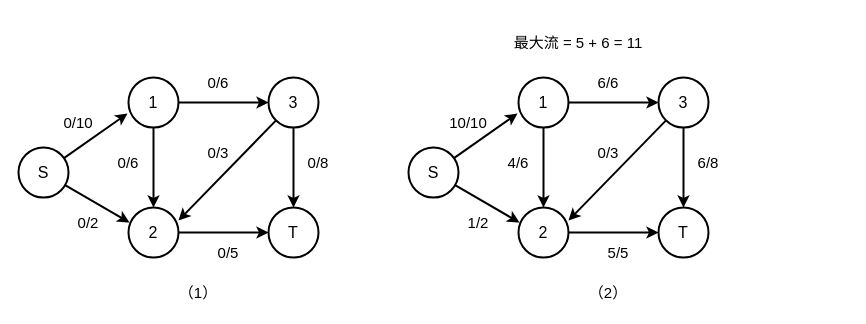
This is 未命名绘图.drawio from 1211198003/t, a draw.io file, before an edit. Source tidied: cells renumbered, new cells numbered last; positions are measured from the earlier drawing's top-left corner, leaving out a move shared by most shapes. Both pictures are drawn from the tidied source at 100%, with x=0, y=0 at pixel (18, 27).
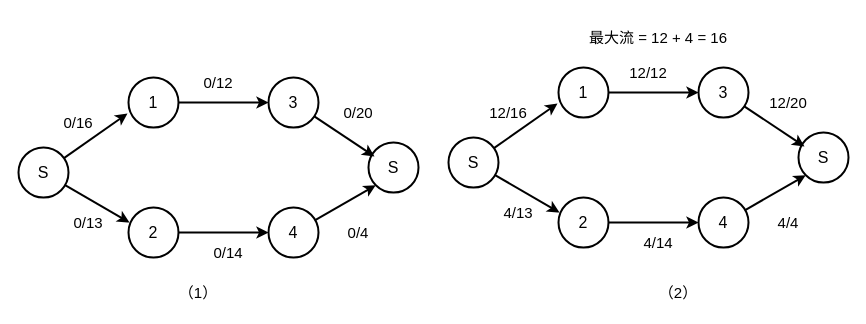
Above is the later version.

Commit message:
最大流示列2.drawio

Unchanged cells that the change refers to:
```xml
<mxCell id="4" value="1" style="ellipse;whiteSpace=wrap;html=1;strokeWidth=2;fontSize=16;" parent="1" vertex="1">
  <mxGeometry x="110" y="50" width="50" height="50" as="geometry" />
</mxCell>
<mxCell id="7" value="2" style="ellipse;whiteSpace=wrap;html=1;strokeWidth=2;fontSize=16;" parent="1" vertex="1">
  <mxGeometry x="110" y="180" width="50" height="50" as="geometry" />
</mxCell>
<mxCell id="9" value="3" style="ellipse;whiteSpace=wrap;html=1;strokeWidth=2;fontSize=16;" parent="1" vertex="1">
  <mxGeometry x="250" y="50" width="50" height="50" as="geometry" />
</mxCell>
```

The edit, as a diff of the source:
```diff
@@
-    <mxCell id="3" style="edgeStyle=orthogonalEdgeStyle;rounded=0;jettySize=auto;html=1;strokeWidth=2;" parent="1" edge="1" source="4" target="7">
-      <mxGeometry relative="1" as="geometry" />
-    </mxCell>
@@
-    <mxCell id="8" style="edgeStyle=orthogonalEdgeStyle;rounded=0;jettySize=auto;html=1;strokeWidth=2;" parent="1" edge="1" source="9" target="10">
-      <mxGeometry relative="1" as="geometry" />
-    </mxCell>
@@
+    <mxCell id="43" style="rounded=0;jettySize=auto;html=1;entryX=0;entryY=1;entryDx=0;entryDy=0;strokeWidth=2;" parent="1" edge="1" source="10" target="44">
+      <mxGeometry relative="1" as="geometry" />
+    </mxCell>
-    <mxCell id="10" value="T" style="ellipse;whiteSpace=wrap;html=1;strokeWidth=2;fontSize=16;" parent="1" vertex="1">
+    <mxCell id="10" value="4" style="ellipse;whiteSpace=wrap;html=1;strokeWidth=2;fontSize=16;" parent="1" vertex="1">
       <mxGeometry x="250" y="180" width="50" height="50" as="geometry" />
     </mxCell>
-    <mxCell id="11" style="rounded=0;jettySize=auto;html=1;entryX=1;entryY=0.26;entryDx=0;entryDy=0;entryPerimeter=0;strokeWidth=2;" parent="1" edge="1" source="9" target="7">
-      <mxGeometry relative="1" as="geometry" />
-    </mxCell>
@@
-    <mxCell id="14" value="0/10" style="text;strokeColor=none;align=center;fillColor=none;html=1;verticalAlign=middle;whiteSpace=wrap;rounded=0;spacing=4;fontSize=15;" parent="1" vertex="1">
+    <mxCell id="14" value="0/16" style="text;strokeColor=none;align=center;fillColor=none;html=1;verticalAlign=middle;whiteSpace=wrap;rounded=0;spacing=4;fontSize=15;" parent="1" vertex="1">
       <mxGeometry x="30" y="80" width="60" height="30" as="geometry" />
     </mxCell>
-    <mxCell id="15" value="0/6" style="text;strokeColor=none;align=center;fillColor=none;html=1;verticalAlign=middle;whiteSpace=wrap;rounded=0;spacing=4;fontSize=15;" parent="1" vertex="1">
-      <mxGeometry x="80" y="120" width="60" height="30" as="geometry" />
-    </mxCell>
-    <mxCell id="16" value="0/3" style="text;strokeColor=none;align=center;fillColor=none;html=1;verticalAlign=middle;whiteSpace=wrap;rounded=0;spacing=4;fontSize=15;" parent="1" vertex="1">
-      <mxGeometry x="170" y="110" width="60" height="30" as="geometry" />
-    </mxCell>
-    <mxCell id="17" value="0/6" style="text;strokeColor=none;align=center;fillColor=none;html=1;verticalAlign=middle;whiteSpace=wrap;rounded=0;spacing=4;fontSize=15;" parent="1" vertex="1">
+    <mxCell id="17" value="0/12" style="text;strokeColor=none;align=center;fillColor=none;html=1;verticalAlign=middle;whiteSpace=wrap;rounded=0;spacing=4;fontSize=15;" parent="1" vertex="1">
       <mxGeometry x="170" y="40" width="60" height="30" as="geometry" />
     </mxCell>
-    <mxCell id="18" value="0/2" style="text;strokeColor=none;align=center;fillColor=none;html=1;verticalAlign=middle;whiteSpace=wrap;rounded=0;spacing=4;fontSize=15;" parent="1" vertex="1">
+    <mxCell id="18" value="0/13" style="text;strokeColor=none;align=center;fillColor=none;html=1;verticalAlign=middle;whiteSpace=wrap;rounded=0;spacing=4;fontSize=15;" parent="1" vertex="1">
       <mxGeometry x="40" y="180" width="60" height="30" as="geometry" />
     </mxCell>
-    <mxCell id="19" value="0/5" style="text;strokeColor=none;align=center;fillColor=none;html=1;verticalAlign=middle;whiteSpace=wrap;rounded=0;spacing=4;fontSize=15;" parent="1" vertex="1">
+    <mxCell id="19" value="0/14" style="text;strokeColor=none;align=center;fillColor=none;html=1;verticalAlign=middle;whiteSpace=wrap;rounded=0;spacing=4;fontSize=15;" parent="1" vertex="1">
       <mxGeometry x="180" y="210" width="60" height="30" as="geometry" />
     </mxCell>
-    <mxCell id="20" value="0/8" style="text;strokeColor=none;align=center;fillColor=none;html=1;verticalAlign=middle;whiteSpace=wrap;rounded=0;spacing=4;fontSize=15;" parent="1" vertex="1">
-      <mxGeometry x="270" y="120" width="60" height="30" as="geometry" />
-    </mxCell>
@@
+    <mxCell id="41" value="&lt;font style=&quot;font-size: 15px;&quot;&gt;（2）&lt;/font&gt;" style="text;strokeColor=none;align=center;fillColor=none;html=1;verticalAlign=middle;whiteSpace=wrap;rounded=0;" parent="1" vertex="1">
+      <mxGeometry x="630" y="250" width="60" height="30" as="geometry" />
+    </mxCell>
+    <mxCell id="44" value="S" style="ellipse;whiteSpace=wrap;html=1;strokeWidth=2;fontSize=16;" parent="1" vertex="1">
+      <mxGeometry x="350" y="115" width="50" height="50" as="geometry" />
+    </mxCell>
+    <mxCell id="45" style="rounded=0;jettySize=auto;html=1;entryX=0.12;entryY=0.28;entryDx=0;entryDy=0;entryPerimeter=0;strokeWidth=2;" parent="1" edge="1" source="9" target="44">
+      <mxGeometry relative="1" as="geometry" />
+    </mxCell>
+    <mxCell id="46" value="0/20" style="text;strokeColor=none;align=center;fillColor=none;html=1;verticalAlign=middle;whiteSpace=wrap;rounded=0;spacing=4;fontSize=15;" parent="1" vertex="1">
+      <mxGeometry x="310" y="70" width="60" height="30" as="geometry" />
+    </mxCell>
+    <mxCell id="47" value="0/4" style="text;strokeColor=none;align=center;fillColor=none;html=1;verticalAlign=middle;whiteSpace=wrap;rounded=0;spacing=4;fontSize=15;" parent="1" vertex="1">
+      <mxGeometry x="310" y="190" width="60" height="30" as="geometry" />
+    </mxCell>
@@
-    <mxCell id="23" style="edgeStyle=orthogonalEdgeStyle;rounded=0;jettySize=auto;html=1;strokeWidth=2;" parent="1" edge="1" source="24" target="27">
-      <mxGeometry relative="1" as="geometry" />
-    </mxCell>
     <mxCell id="24" value="1" style="ellipse;whiteSpace=wrap;html=1;strokeWidth=2;fontSize=16;" parent="1" vertex="1">
-      <mxGeometry x="500" y="50" width="50" height="50" as="geometry" />
+      <mxGeometry x="540" y="40" width="50" height="50" as="geometry" />
     </mxCell>
-    <mxCell id="25" value="S" style="ellipse;whiteSpace=wrap;html=1;strokeWidth=2;fontSize=16;" parent="1" vertex="1">
-      <mxGeometry x="390" y="120" width="50" height="50" as="geometry" />
-    </mxCell>
-    <mxCell id="26" style="edgeStyle=orthogonalEdgeStyle;rounded=0;jettySize=auto;html=1;entryX=0;entryY=0.5;entryDx=0;entryDy=0;strokeWidth=2;" parent="1" edge="1" source="27" target="30">
-      <mxGeometry relative="1" as="geometry" />
-    </mxCell>
+    <mxCell id="48" value="S" style="ellipse;whiteSpace=wrap;html=1;strokeWidth=2;fontSize=16;" parent="1" vertex="1">
+      <mxGeometry x="430" y="110" width="50" height="50" as="geometry" />
+    </mxCell>
+    <mxCell id="49" style="edgeStyle=orthogonalEdgeStyle;rounded=0;jettySize=auto;html=1;entryX=0;entryY=0.5;entryDx=0;entryDy=0;strokeWidth=2;" parent="1" edge="1" source="27" target="51">
+      <mxGeometry relative="1" as="geometry" />
+    </mxCell>
     <mxCell id="27" value="2" style="ellipse;whiteSpace=wrap;html=1;strokeWidth=2;fontSize=16;" parent="1" vertex="1">
-      <mxGeometry x="500" y="180" width="50" height="50" as="geometry" />
+      <mxGeometry x="540" y="170" width="50" height="50" as="geometry" />
     </mxCell>
-    <mxCell id="28" style="edgeStyle=orthogonalEdgeStyle;rounded=0;jettySize=auto;html=1;strokeWidth=2;" parent="1" edge="1" source="29" target="30">
-      <mxGeometry relative="1" as="geometry" />
-    </mxCell>
     <mxCell id="29" value="3" style="ellipse;whiteSpace=wrap;html=1;strokeWidth=2;fontSize=16;" parent="1" vertex="1">
-      <mxGeometry x="640" y="50" width="50" height="50" as="geometry" />
+      <mxGeometry x="680" y="40" width="50" height="50" as="geometry" />
     </mxCell>
-    <mxCell id="30" value="T" style="ellipse;whiteSpace=wrap;html=1;strokeWidth=2;fontSize=16;" parent="1" vertex="1">
-      <mxGeometry x="640" y="180" width="50" height="50" as="geometry" />
-    </mxCell>
-    <mxCell id="31" style="rounded=0;jettySize=auto;html=1;entryX=1;entryY=0.26;entryDx=0;entryDy=0;entryPerimeter=0;strokeWidth=2;" parent="1" edge="1" source="29" target="27">
-      <mxGeometry relative="1" as="geometry" />
-    </mxCell>
-    <mxCell id="32" style="rounded=0;jettySize=auto;html=1;entryX=-0.02;entryY=0.72;entryDx=0;entryDy=0;entryPerimeter=0;strokeWidth=2;" parent="1" edge="1" source="25" target="24">
-      <mxGeometry relative="1" as="geometry" />
-    </mxCell>
-    <mxCell id="33" style="rounded=0;jettySize=auto;html=1;entryX=0.02;entryY=0.3;entryDx=0;entryDy=0;entryPerimeter=0;strokeWidth=2;" parent="1" edge="1" source="25" target="27">
-      <mxGeometry relative="1" as="geometry" />
-    </mxCell>
-    <mxCell id="34" value="10/10" style="text;strokeColor=none;align=center;fillColor=none;html=1;verticalAlign=middle;whiteSpace=wrap;rounded=0;spacing=4;fontSize=15;" parent="1" vertex="1">
-      <mxGeometry x="420" y="80" width="60" height="30" as="geometry" />
-    </mxCell>
-    <mxCell id="35" value="4/6" style="text;strokeColor=none;align=center;fillColor=none;html=1;verticalAlign=middle;whiteSpace=wrap;rounded=0;spacing=4;fontSize=15;" parent="1" vertex="1">
-      <mxGeometry x="470" y="120" width="60" height="30" as="geometry" />
-    </mxCell>
-    <mxCell id="36" value="0/3" style="text;strokeColor=none;align=center;fillColor=none;html=1;verticalAlign=middle;whiteSpace=wrap;rounded=0;spacing=4;fontSize=15;" parent="1" vertex="1">
-      <mxGeometry x="560" y="110" width="60" height="30" as="geometry" />
-    </mxCell>
-    <mxCell id="37" value="6/6" style="text;strokeColor=none;align=center;fillColor=none;html=1;verticalAlign=middle;whiteSpace=wrap;rounded=0;spacing=4;fontSize=15;" parent="1" vertex="1">
-      <mxGeometry x="560" y="40" width="60" height="30" as="geometry" />
-    </mxCell>
-    <mxCell id="38" value="1/2" style="text;strokeColor=none;align=center;fillColor=none;html=1;verticalAlign=middle;whiteSpace=wrap;rounded=0;spacing=4;fontSize=15;" parent="1" vertex="1">
-      <mxGeometry x="430" y="180" width="60" height="30" as="geometry" />
-    </mxCell>
-    <mxCell id="39" value="5/5" style="text;strokeColor=none;align=center;fillColor=none;html=1;verticalAlign=middle;whiteSpace=wrap;rounded=0;spacing=4;fontSize=15;" parent="1" vertex="1">
-      <mxGeometry x="570" y="210" width="60" height="30" as="geometry" />
-    </mxCell>
-    <mxCell id="40" value="6/8" style="text;strokeColor=none;align=center;fillColor=none;html=1;verticalAlign=middle;whiteSpace=wrap;rounded=0;spacing=4;fontSize=15;" parent="1" vertex="1">
-      <mxGeometry x="660" y="120" width="60" height="30" as="geometry" />
-    </mxCell>
-    <mxCell id="41" value="&lt;font style=&quot;font-size: 15px;&quot;&gt;（2）&lt;/font&gt;" style="text;strokeColor=none;align=center;fillColor=none;html=1;verticalAlign=middle;whiteSpace=wrap;rounded=0;" parent="1" vertex="1">
-      <mxGeometry x="560" y="250" width="60" height="30" as="geometry" />
-    </mxCell>
-    <mxCell id="42" value="&lt;span style=&quot;font-size: 15px;&quot;&gt;最大流 = 5 + 6 = 11&lt;/span&gt;" style="text;strokeColor=none;align=center;fillColor=none;html=1;verticalAlign=middle;whiteSpace=wrap;rounded=0;" parent="1" vertex="1">
-      <mxGeometry x="490" width="140" height="30" as="geometry" />
-    </mxCell>
+    <mxCell id="50" style="rounded=0;jettySize=auto;html=1;entryX=0;entryY=1;entryDx=0;entryDy=0;strokeWidth=2;" parent="1" edge="1" source="51" target="58">
+      <mxGeometry relative="1" as="geometry" />
+    </mxCell>
+    <mxCell id="51" value="4" style="ellipse;whiteSpace=wrap;html=1;strokeWidth=2;fontSize=16;" parent="1" vertex="1">
+      <mxGeometry x="680" y="170" width="50" height="50" as="geometry" />
+    </mxCell>
+    <mxCell id="52" style="rounded=0;jettySize=auto;html=1;entryX=-0.02;entryY=0.72;entryDx=0;entryDy=0;entryPerimeter=0;strokeWidth=2;" parent="1" edge="1" source="48" target="24">
+      <mxGeometry relative="1" as="geometry" />
+    </mxCell>
+    <mxCell id="53" style="rounded=0;jettySize=auto;html=1;entryX=0.02;entryY=0.3;entryDx=0;entryDy=0;entryPerimeter=0;strokeWidth=2;" parent="1" edge="1" source="48" target="27">
+      <mxGeometry relative="1" as="geometry" />
+    </mxCell>
+    <mxCell id="54" value="12/16" style="text;strokeColor=none;align=center;fillColor=none;html=1;verticalAlign=middle;whiteSpace=wrap;rounded=0;spacing=4;fontSize=15;" parent="1" vertex="1">
+      <mxGeometry x="460" y="70" width="60" height="30" as="geometry" />
+    </mxCell>
+    <mxCell id="55" value="12/12" style="text;strokeColor=none;align=center;fillColor=none;html=1;verticalAlign=middle;whiteSpace=wrap;rounded=0;spacing=4;fontSize=15;" parent="1" vertex="1">
+      <mxGeometry x="600" y="30" width="60" height="30" as="geometry" />
+    </mxCell>
+    <mxCell id="56" value="4/13" style="text;strokeColor=none;align=center;fillColor=none;html=1;verticalAlign=middle;whiteSpace=wrap;rounded=0;spacing=4;fontSize=15;" parent="1" vertex="1">
+      <mxGeometry x="470" y="170" width="60" height="30" as="geometry" />
+    </mxCell>
+    <mxCell id="57" value="4/14" style="text;strokeColor=none;align=center;fillColor=none;html=1;verticalAlign=middle;whiteSpace=wrap;rounded=0;spacing=4;fontSize=15;" parent="1" vertex="1">
+      <mxGeometry x="610" y="200" width="60" height="30" as="geometry" />
+    </mxCell>
+    <mxCell id="58" value="S" style="ellipse;whiteSpace=wrap;html=1;strokeWidth=2;fontSize=16;" parent="1" vertex="1">
+      <mxGeometry x="780" y="105" width="50" height="50" as="geometry" />
+    </mxCell>
+    <mxCell id="59" style="rounded=0;jettySize=auto;html=1;entryX=0.12;entryY=0.28;entryDx=0;entryDy=0;entryPerimeter=0;strokeWidth=2;" parent="1" edge="1" source="29" target="58">
+      <mxGeometry relative="1" as="geometry" />
+    </mxCell>
+    <mxCell id="60" value="12/20" style="text;strokeColor=none;align=center;fillColor=none;html=1;verticalAlign=middle;whiteSpace=wrap;rounded=0;spacing=4;fontSize=15;" parent="1" vertex="1">
+      <mxGeometry x="740" y="60" width="60" height="30" as="geometry" />
+    </mxCell>
+    <mxCell id="61" value="4/4" style="text;strokeColor=none;align=center;fillColor=none;html=1;verticalAlign=middle;whiteSpace=wrap;rounded=0;spacing=4;fontSize=15;" parent="1" vertex="1">
+      <mxGeometry x="740" y="180" width="60" height="30" as="geometry" />
+    </mxCell>
+    <mxCell id="62" value="最大流 = 12 + 4 = 16" style="text;strokeColor=none;align=center;fillColor=none;html=1;verticalAlign=middle;whiteSpace=wrap;rounded=0;spacing=4;fontSize=15;" parent="1" vertex="1">
+      <mxGeometry x="540" y="-10" width="200" height="40" as="geometry" />
+    </mxCell>
```
